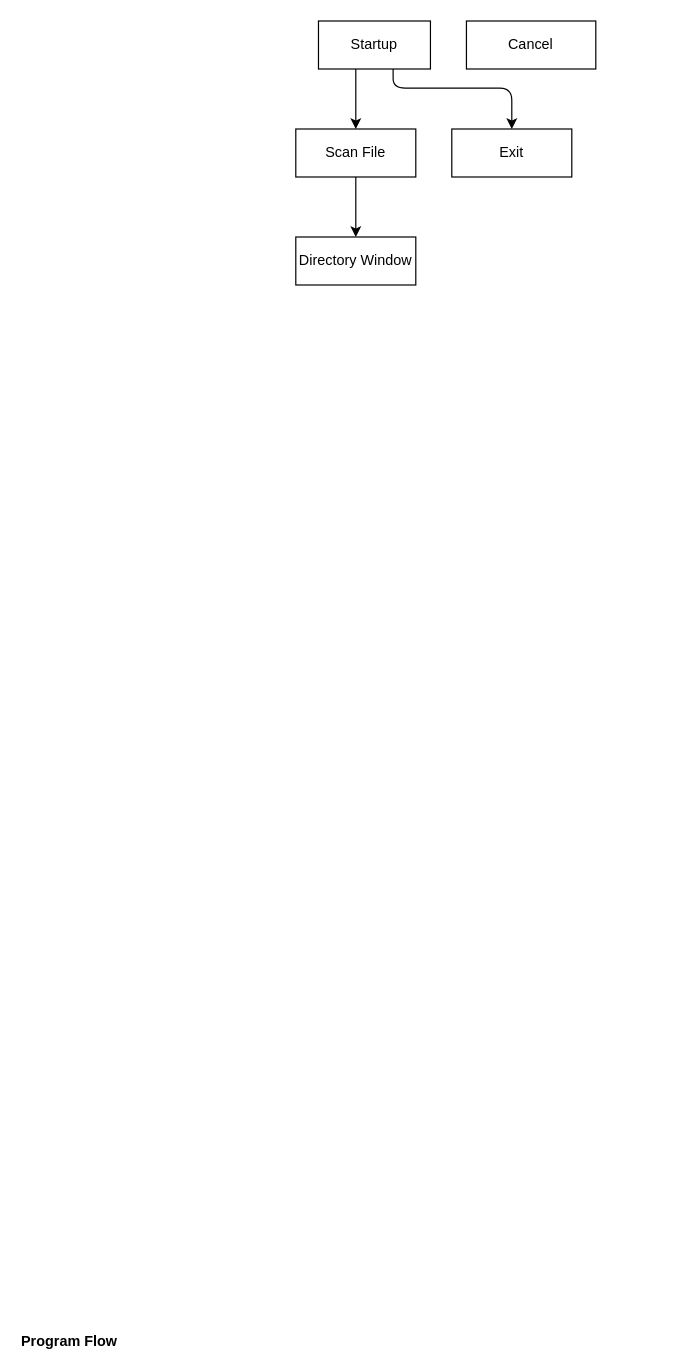
Above: structure.drawio in plaggon/Texterfasser (draw.io), before the change. Source tidied: cells renumbered, new cells numbered last; positions are measured from the earlier drawing's top-left corner, leaving out a move shared by most shapes. Both pictures are drawn from the tidied source at 120%, with x=0, y=0 at pixel (67, 20).
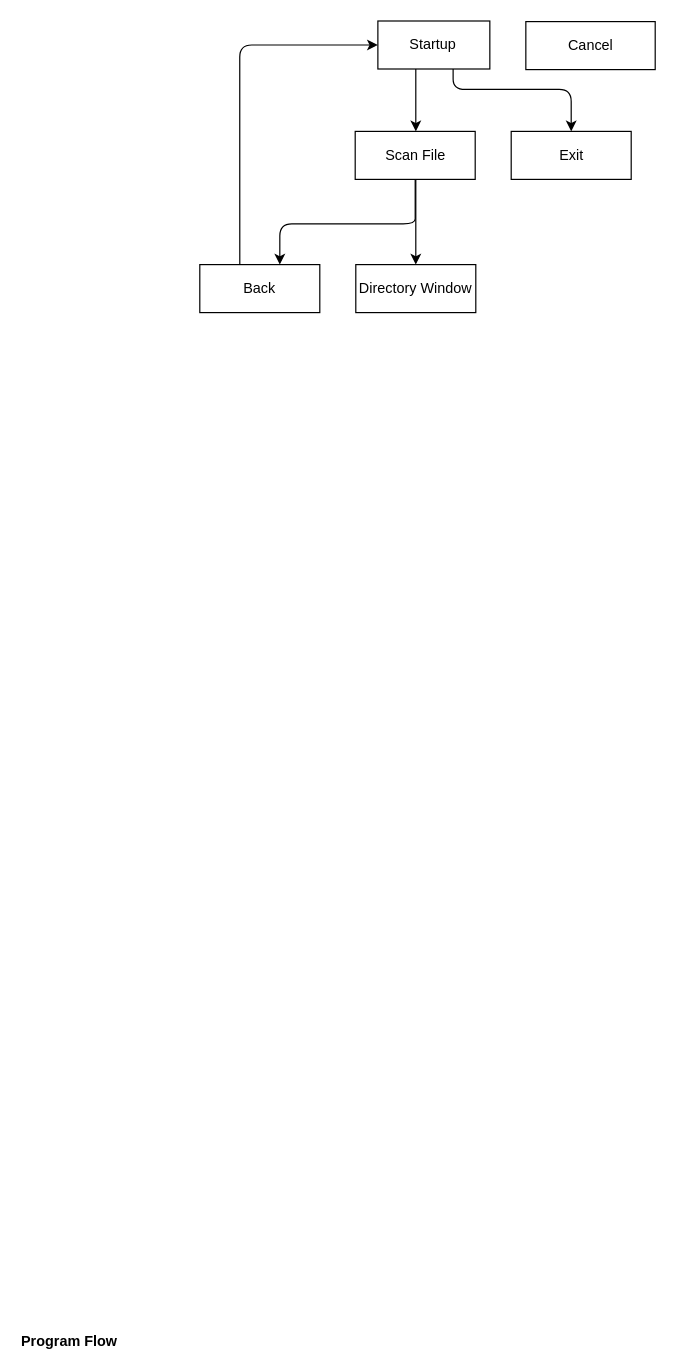
The same page after the edit.

The change refers to these unchanged cells:
```xml
<mxCell id="2" value="&lt;div&gt;Program Flow&lt;/div&gt;" style="swimlane;html=1;startSize=20;horizontal=1;fontSize=12;transparentBounds=1;groupPadding=30 220 360 160;containerType=tree;" parent="1" vertex="1">
  <mxGeometry y="1100" as="geometry" />
</mxCell>
```

Change to the diagram source:
```diff
@@
     <mxCell id="3" value="Startup" style="whiteSpace=wrap;html=1;points=[[0,0,1,0,0],[0,0.25,1,0,0],[0,0.5,1,0,0],[0,0.75,1,0,0],[0,1,1,0,0],[0.1333,0.25,0,0,0],[0.25,0,1,0,0],[0.25,1,1,0,0],[0.5,0,1,0,0],[0.5,1,1,0,0],[0.7333,0.25,0,0,0],[0.75,0,1,0,0],[0.75,1,1,0,0],[1,0,1,0,0],[1,0.25,1,0,0],[1,0.5,1,0,0],[1,0.75,1,0,0],[1,1,1,0,0]];" parent="2" vertex="1">
-      <mxGeometry x="208.9" y="-1100" width="93.3" height="40" as="geometry" />
+      <mxGeometry x="258.4" y="-1100" width="93.3" height="40" as="geometry" />
     </mxCell>
     <mxCell id="4" value="Scan File" style="whiteSpace=wrap;html=1;points=[[0,0,1,0,0],[0,0.25,1,0,0],[0,0.5,1,0,0],[0,0.75,1,0,0],[0,1,1,0,0],[0.25,0,1,0,0],[0.25,1,1,0,0],[0.5,0,1,0,0],[0.5,1,1,0,0],[0.75,0,1,0,0],[0.75,1,1,0,0],[0.8,0.25,0,0,0],[0.9,0.5,0,0,0],[1,0,1,0,0],[1,0.25,1,0,0],[1,0.5,1,0,0],[1,0.75,1,0,0],[1,1,1,0,0],[0.7,1,0,0,0],[0.6,0.5,0,0,0]];" parent="2" vertex="1">
-      <mxGeometry x="190" y="-1010" width="100" height="40" as="geometry" />
+      <mxGeometry x="239.5" y="-1008" width="100" height="40" as="geometry" />
     </mxCell>
     <mxCell id="5" value="Exit" style="whiteSpace=wrap;html=1;" parent="2" vertex="1">
-      <mxGeometry x="320" y="-1010" width="100" height="40" as="geometry" />
+      <mxGeometry x="369.5" y="-1008" width="100" height="40" as="geometry" />
     </mxCell>
-    <mxCell id="6" style="html=1;rounded=1;curved=0;sourcePerimeterSpacing=0;targetPerimeterSpacing=0;startSize=6;endSize=6;edgeStyle=orthogonalEdgeStyle;defaultLabelBackgroundColor=page;labelPadding=0 4;exitX=0.3333;exitY=1;entryX=0.5;entryY=0;" parent="2" edge="1" source="3" target="4">
+    <mxCell id="6" style="html=1;rounded=1;curved=0;sourcePerimeterSpacing=0;targetPerimeterSpacing=0;startSize=6;endSize=6;edgeStyle=orthogonalEdgeStyle;defaultLabelBackgroundColor=page;labelPadding=0 4;exitX=0.3387;exitY=1;entryX=0.505;entryY=0;" parent="2" edge="1" source="3" target="4">
       <mxGeometry relative="1" as="geometry">
         <Array as="points">
-          <mxPoint x="240" y="-1035" />
+          <mxPoint x="290" y="-1034" />
         </Array>
       </mxGeometry>
     </mxCell>
-    <mxCell id="7" style="html=1;rounded=1;curved=0;sourcePerimeterSpacing=0;targetPerimeterSpacing=0;startSize=6;endSize=6;edgeStyle=orthogonalEdgeStyle;defaultLabelBackgroundColor=page;labelPadding=0 4;exitX=0.6667;exitY=1;entryX=0.5;entryY=0;" parent="2" edge="1" source="3" target="5">
+    <mxCell id="7" style="html=1;rounded=1;curved=0;sourcePerimeterSpacing=0;targetPerimeterSpacing=0;startSize=6;endSize=6;edgeStyle=orthogonalEdgeStyle;defaultLabelBackgroundColor=page;labelPadding=0 4;exitX=0.672;exitY=1;entryX=0.5;entryY=0;" parent="2" edge="1" source="3" target="5">
       <mxGeometry relative="1" as="geometry">
         <Array as="points">
-          <mxPoint x="271.1" y="-1044" />
-          <mxPoint x="370" y="-1044" />
+          <mxPoint x="321.1" y="-1043" />
+          <mxPoint x="419.5" y="-1043" />
         </Array>
       </mxGeometry>
     </mxCell>
     <mxCell id="8" value="Cancel" style="rounded=0;whiteSpace=wrap;html=1;" parent="2" vertex="1">
-      <mxGeometry x="332.2" y="-1100" width="107.8" height="40" as="geometry" />
+      <mxGeometry x="381.7" y="-1099.5" width="107.8" height="40" as="geometry" />
     </mxCell>
-    <mxCell id="9" style="html=1;rounded=1;curved=0;sourcePerimeterSpacing=0;targetPerimeterSpacing=0;startSize=6;endSize=6;edgeStyle=orthogonalEdgeStyle;defaultLabelBackgroundColor=page;labelPadding=0 4;exitX=0.5;exitY=1;entryX=0.5;entryY=0;" parent="2" edge="1" source="4" target="10">
+    <mxCell id="9" style="html=1;rounded=1;curved=0;sourcePerimeterSpacing=0;targetPerimeterSpacing=0;startSize=6;endSize=6;edgeStyle=orthogonalEdgeStyle;defaultLabelBackgroundColor=page;labelPadding=0 4;exitX=0.505;exitY=1;entryX=0.5;entryY=0;" parent="2" edge="1" source="4" target="10">
       <mxGeometry relative="1" as="geometry">
         <Array as="points">
-          <mxPoint x="240" y="-945" />
+          <mxPoint x="290" y="-932" />
         </Array>
       </mxGeometry>
     </mxCell>
     <mxCell id="10" value="Directory Window" style="whiteSpace=wrap;html=1;points=[[0,0,1,0,0],[0,0.25,1,0,0],[0,0.5,1,0,0],[0,0.75,1,0,0],[0,1,1,0,0],[0.25,0,1,0,0],[0.25,1,1,0,0],[0.5,0,1,0,0],[0.5,1,1,0,0],[0.75,0,1,0,0],[0.75,1,1,0,0],[0.8,0.25,0,0,0],[0.9,0.5,0,0,0],[1,0,1,0,0],[1,0.25,1,0,0],[1,0.5,1,0,0],[1,0.75,1,0,0],[1,1,1,0,0],[0.7,1,0,0,0],[0.6,0.5,0,0,0]];" parent="2" vertex="1">
-      <mxGeometry x="190" y="-920" width="100" height="40" as="geometry" />
+      <mxGeometry x="240" y="-897" width="100" height="40" as="geometry" />
     </mxCell>
+    <mxCell id="11" style="edgeStyle=orthogonalEdgeStyle;rounded=1;jettySize=auto;html=1;entryX=0;entryY=0.5;entryDx=0;entryDy=0;defaultLabelBackgroundColor=page;labelPadding=0 4;curved=0;exitX=0.3333;exitY=0;" parent="2" edge="1" source="12" target="3">
+      <mxGeometry relative="1" as="geometry">
+        <Array as="points">
+          <mxPoint x="143.3" y="-978" />
+          <mxPoint x="143.3" y="-1080" />
+          <mxPoint x="237.4" y="-1080" />
+        </Array>
+      </mxGeometry>
+    </mxCell>
+    <mxCell id="12" value="Back" style="rounded=0;whiteSpace=wrap;html=1;" parent="2" vertex="1">
+      <mxGeometry x="110" y="-897" width="100" height="40" as="geometry" />
+    </mxCell>
+    <mxCell id="13" style="edgeStyle=orthogonalEdgeStyle;rounded=1;jettySize=auto;html=1;exitX=0.5;exitY=1;exitDx=0;exitDy=0;defaultLabelBackgroundColor=page;labelPadding=0 4;curved=0;entryX=0.6667;entryY=0;" parent="2" edge="1" source="4" target="12">
+      <mxGeometry relative="1" as="geometry">
+        <Array as="points">
+          <mxPoint x="289.5" y="-947" />
+          <mxPoint x="289.5" y="-931" />
+          <mxPoint x="176.7" y="-931" />
+        </Array>
+      </mxGeometry>
+    </mxCell>
```
